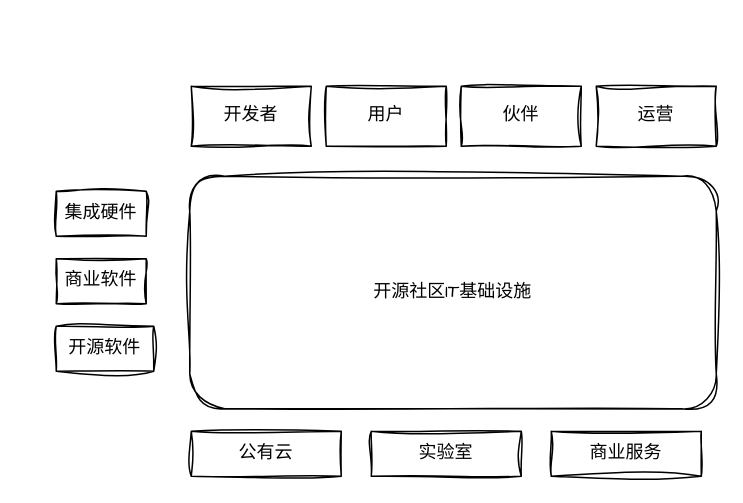
This is page "第 6 页" (6 of 6) of 基础设施草图.drawio from pkking/mydrawio, a draw.io file, before an edit. Source tidied: cells renumbered, new cells numbered last; positions are measured from the earlier drawing's top-left corner, leaving out a move shared by most shapes. Both pictures are drawn from the tidied source at 150%, with x=0, y=0 at pixel (56, 86).
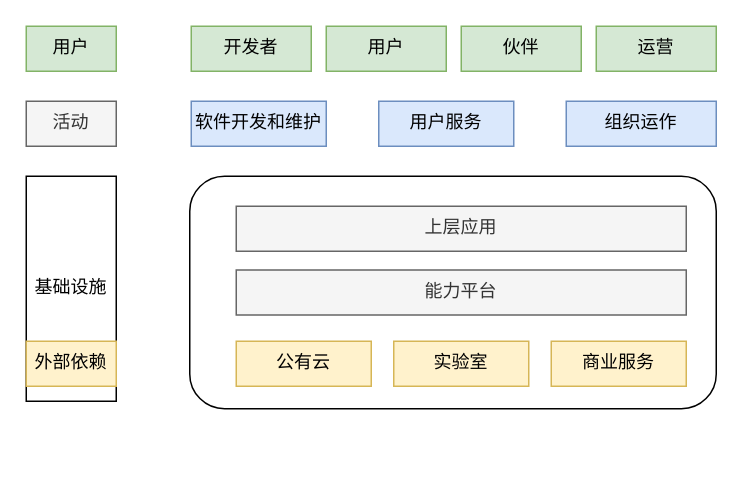
Above is the later version.

The edit, as a diff of the source:
```diff
@@
 <mxGraphModel>
   <root>
     <mxCell id="0" />
     <mxCell id="1" parent="0" />
-    <mxCell id="2" value="开源社区IT基础设施" style="rounded=1;whiteSpace=wrap;html=1;sketch=1;hachureGap=4;jiggle=2;curveFitting=1;fontFamily=Architects Daughter;" parent="1" vertex="1">
+    <mxCell id="2" style="rounded=1;whiteSpace=wrap;html=1;hachureGap=4;fontFamily=Architects Daughter;" parent="1" vertex="1">
       <mxGeometry x="89" y="60" width="351" height="155" as="geometry" />
     </mxCell>
-    <mxCell id="3" value="开发者" style="rounded=0;whiteSpace=wrap;html=1;sketch=1;hachureGap=4;jiggle=2;curveFitting=1;fontFamily=Architects Daughter;" parent="1" vertex="1">
-      <mxGeometry x="90" width="80" height="40" as="geometry" />
+    <mxCell id="3" value="开发者" style="rounded=0;whiteSpace=wrap;html=1;hachureGap=4;fontFamily=Architects Daughter;fillColor=#d5e8d4;strokeColor=#82b366;" parent="1" vertex="1">
+      <mxGeometry x="90" y="-40" width="80" height="30" as="geometry" />
     </mxCell>
-    <mxCell id="4" value="用户" style="rounded=0;whiteSpace=wrap;html=1;sketch=1;hachureGap=4;jiggle=2;curveFitting=1;fontFamily=Architects Daughter;" parent="1" vertex="1">
-      <mxGeometry x="180" width="80" height="40" as="geometry" />
+    <mxCell id="4" value="用户" style="rounded=0;whiteSpace=wrap;html=1;hachureGap=4;fontFamily=Architects Daughter;fillColor=#d5e8d4;strokeColor=#82b366;" parent="1" vertex="1">
+      <mxGeometry x="180" y="-40" width="80" height="30" as="geometry" />
     </mxCell>
-    <mxCell id="5" value="伙伴" style="rounded=0;whiteSpace=wrap;html=1;sketch=1;hachureGap=4;jiggle=2;curveFitting=1;fontFamily=Architects Daughter;" parent="1" vertex="1">
-      <mxGeometry x="270" width="80" height="40" as="geometry" />
+    <mxCell id="5" value="伙伴" style="rounded=0;whiteSpace=wrap;html=1;hachureGap=4;fontFamily=Architects Daughter;fillColor=#d5e8d4;strokeColor=#82b366;" parent="1" vertex="1">
+      <mxGeometry x="270" y="-40" width="80" height="30" as="geometry" />
     </mxCell>
-    <mxCell id="6" value="运营" style="rounded=0;whiteSpace=wrap;html=1;sketch=1;hachureGap=4;jiggle=2;curveFitting=1;fontFamily=Architects Daughter;" parent="1" vertex="1">
-      <mxGeometry x="360" width="80" height="40" as="geometry" />
+    <mxCell id="6" value="运营" style="rounded=0;whiteSpace=wrap;html=1;hachureGap=4;fontFamily=Architects Daughter;fillColor=#d5e8d4;strokeColor=#82b366;" parent="1" vertex="1">
+      <mxGeometry x="360" y="-40" width="80" height="30" as="geometry" />
     </mxCell>
-    <mxCell id="7" value="集成硬件" style="rounded=0;whiteSpace=wrap;html=1;sketch=1;hachureGap=4;jiggle=2;curveFitting=1;fontFamily=Architects Daughter;" parent="1" vertex="1">
-      <mxGeometry y="70" width="60" height="30" as="geometry" />
-    </mxCell>
-    <mxCell id="8" value="商业软件" style="rounded=0;whiteSpace=wrap;html=1;sketch=1;hachureGap=4;jiggle=2;curveFitting=1;fontFamily=Architects Daughter;" parent="1" vertex="1">
-      <mxGeometry y="115" width="60" height="30" as="geometry" />
-    </mxCell>
-    <mxCell id="9" value="开源软件" style="rounded=0;whiteSpace=wrap;html=1;sketch=1;hachureGap=4;jiggle=2;curveFitting=1;fontFamily=Architects Daughter;" parent="1" vertex="1">
-      <mxGeometry y="160" width="65" height="30" as="geometry" />
-    </mxCell>
-    <mxCell id="10" value="公有云" style="rounded=0;whiteSpace=wrap;html=1;sketch=1;hachureGap=4;jiggle=2;curveFitting=1;fontFamily=Architects Daughter;" parent="1" vertex="1">
-      <mxGeometry x="90" y="230" width="100" height="30" as="geometry" />
+    <mxCell id="10" value="公有云" style="rounded=0;whiteSpace=wrap;html=1;hachureGap=4;fontFamily=Architects Daughter;fillColor=#fff2cc;strokeColor=#d6b656;" parent="1" vertex="1">
+      <mxGeometry x="120" y="170" width="90" height="30" as="geometry" />
     </mxCell>
-    <mxCell id="11" value="实验室" style="rounded=0;whiteSpace=wrap;html=1;sketch=1;hachureGap=4;jiggle=2;curveFitting=1;fontFamily=Architects Daughter;" parent="1" vertex="1">
-      <mxGeometry x="210" y="230" width="100" height="30" as="geometry" />
+    <mxCell id="11" value="实验室" style="rounded=0;whiteSpace=wrap;html=1;hachureGap=4;fontFamily=Architects Daughter;fillColor=#fff2cc;strokeColor=#d6b656;" parent="1" vertex="1">
+      <mxGeometry x="225" y="170" width="90" height="30" as="geometry" />
     </mxCell>
-    <mxCell id="12" value="商业服务" style="rounded=0;whiteSpace=wrap;html=1;sketch=1;hachureGap=4;jiggle=2;curveFitting=1;fontFamily=Architects Daughter;" parent="1" vertex="1">
-      <mxGeometry x="330" y="230" width="100" height="30" as="geometry" />
+    <mxCell id="12" value="商业服务" style="rounded=0;whiteSpace=wrap;html=1;hachureGap=4;fontFamily=Architects Daughter;fillColor=#fff2cc;strokeColor=#d6b656;" parent="1" vertex="1">
+      <mxGeometry x="330" y="170" width="90" height="30" as="geometry" />
     </mxCell>
+    <mxCell id="13" value="基础设施" style="rounded=0;whiteSpace=wrap;html=1;hachureGap=4;fontFamily=Architects Daughter;" parent="1" vertex="1">
+      <mxGeometry x="-20" y="60" width="60" height="150" as="geometry" />
+    </mxCell>
+    <mxCell id="14" value="外部依赖" style="rounded=0;whiteSpace=wrap;html=1;hachureGap=4;fontFamily=Architects Daughter;fillColor=#fff2cc;strokeColor=#d6b656;" parent="1" vertex="1">
+      <mxGeometry x="-20" y="170" width="60" height="30" as="geometry" />
+    </mxCell>
+    <mxCell id="15" value="软件开发和维护" style="rounded=0;whiteSpace=wrap;html=1;hachureGap=4;fontFamily=Architects Daughter;fillColor=#dae8fc;strokeColor=#6c8ebf;" parent="1" vertex="1">
+      <mxGeometry x="90" y="10" width="90" height="30" as="geometry" />
+    </mxCell>
+    <mxCell id="16" value="用户服务" style="rounded=0;whiteSpace=wrap;html=1;hachureGap=4;fontFamily=Architects Daughter;fillColor=#dae8fc;strokeColor=#6c8ebf;" parent="1" vertex="1">
+      <mxGeometry x="215" y="10" width="90" height="30" as="geometry" />
+    </mxCell>
+    <mxCell id="17" value="组织运作" style="rounded=0;whiteSpace=wrap;html=1;hachureGap=4;fontFamily=Architects Daughter;fillColor=#dae8fc;strokeColor=#6c8ebf;" parent="1" vertex="1">
+      <mxGeometry x="340" y="10" width="100" height="30" as="geometry" />
+    </mxCell>
+    <mxCell id="18" value="活动" style="rounded=0;whiteSpace=wrap;html=1;hachureGap=4;fontFamily=Architects Daughter;fillColor=#f5f5f5;strokeColor=#666666;fontColor=#333333;" parent="1" vertex="1">
+      <mxGeometry x="-20" y="10" width="60" height="30" as="geometry" />
+    </mxCell>
+    <mxCell id="19" value="用户" style="rounded=0;whiteSpace=wrap;html=1;hachureGap=4;fontFamily=Architects Daughter;fillColor=#d5e8d4;strokeColor=#82b366;" parent="1" vertex="1">
+      <mxGeometry x="-20" y="-40" width="60" height="30" as="geometry" />
+    </mxCell>
+    <mxCell id="20" value="上层应用" style="rounded=0;whiteSpace=wrap;html=1;hachureGap=4;fontFamily=Architects Daughter;fillColor=#f5f5f5;strokeColor=#666666;fontColor=#333333;" parent="1" vertex="1">
+      <mxGeometry x="120" y="80" width="300" height="30" as="geometry" />
+    </mxCell>
+    <mxCell id="21" value="能力平台" style="rounded=0;whiteSpace=wrap;html=1;hachureGap=4;fontFamily=Architects Daughter;fillColor=#f5f5f5;strokeColor=#666666;fontColor=#333333;" parent="1" vertex="1">
+      <mxGeometry x="120" y="122.5" width="300" height="30" as="geometry" />
+    </mxCell>
   </root>
 </mxGraphModel>
```
